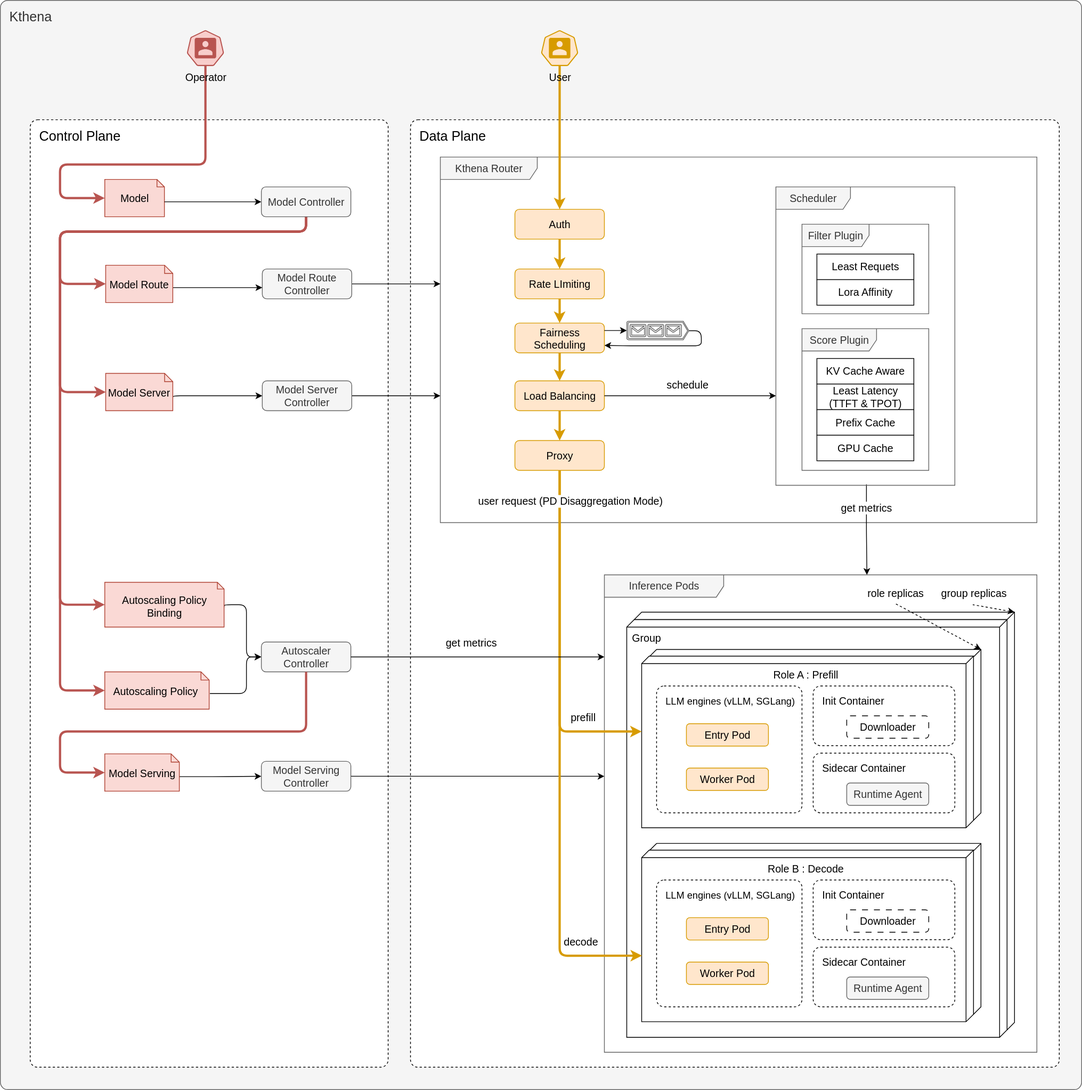
Above: docs/kthena/static/img/diagrams/architecture/architecture_overview.svg in matrixinfer-ai/kthena (draw.io), before the change. Source tidied: cells renumbered, new cells last; positions are measured from the earlier drawing's top-left corner, leaving out a move shared by most shapes.
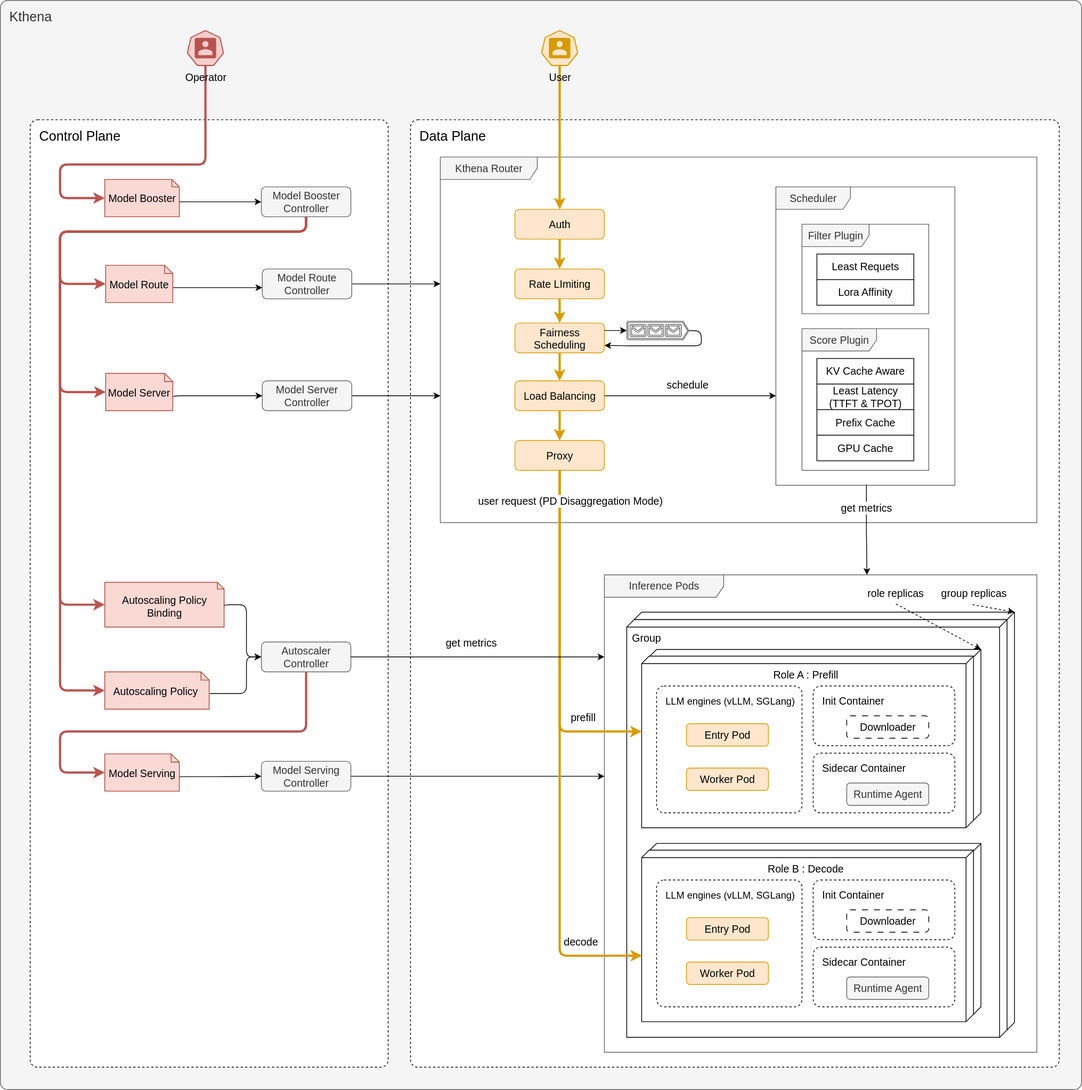
The same diagram one commit later.

The edit, as a diff of the source:
```diff
@@ -251,8 +251,8 @@
         <mxPoint x="2" y="14" as="offset" />
       </mxGeometry>
     </mxCell>
-    <mxCell id="61" value="&lt;font style=&quot;color: rgb(0, 0, 0);&quot;&gt;Model&lt;/font&gt;" style="shape=note2;boundedLbl=1;whiteSpace=wrap;html=1;size=10;verticalAlign=top;align=center;fillColor=#fad9d5;strokeColor=#ae4132;fontSize=14;rounded=1;" parent="1" vertex="1">
-      <mxGeometry x="140" y="240" width="80" height="50" as="geometry" />
+    <mxCell id="61" value="&lt;font style=&quot;color: rgb(0, 0, 0);&quot;&gt;Model Booster&lt;/font&gt;" style="shape=note2;boundedLbl=1;whiteSpace=wrap;html=1;size=10;verticalAlign=top;align=center;fillColor=#fad9d5;strokeColor=#ae4132;fontSize=14;rounded=1;" parent="1" vertex="1">
+      <mxGeometry x="140" y="240" width="100" height="50" as="geometry" />
     </mxCell>
     <mxCell id="62" style="edgeStyle=orthogonalEdgeStyle;rounded=1;jettySize=auto;html=1;entryX=0;entryY=0.5;entryDx=0;entryDy=0;fontSize=14;" parent="1" edge="1" source="61" target="63">
       <mxGeometry relative="1" as="geometry">
@@ -262,7 +262,7 @@
         </Array>
       </mxGeometry>
     </mxCell>
-    <mxCell id="63" value="Model Controller" style="fontStyle=0;html=1;whiteSpace=wrap;fontSize=14;fillColor=#f5f5f5;strokeColor=#666666;fontColor=#333333;rounded=1;" parent="1" vertex="1">
+    <mxCell id="63" value="Model Booster Controller" style="fontStyle=0;html=1;whiteSpace=wrap;fontSize=14;fillColor=#f5f5f5;strokeColor=#666666;fontColor=#333333;rounded=1;" parent="1" vertex="1">
       <mxGeometry x="350" y="250" width="120" height="40" as="geometry" />
     </mxCell>
     <mxCell id="64" style="edgeStyle=orthogonalEdgeStyle;rounded=1;jettySize=auto;html=1;exitX=0;exitY=0;exitDx=90;exitDy=30.5;entryX=0;entryY=0.5;entryDx=0;entryDy=0;fontSize=14;exitPerimeter=0;" parent="1" edge="1" source="65" target="66">
```
